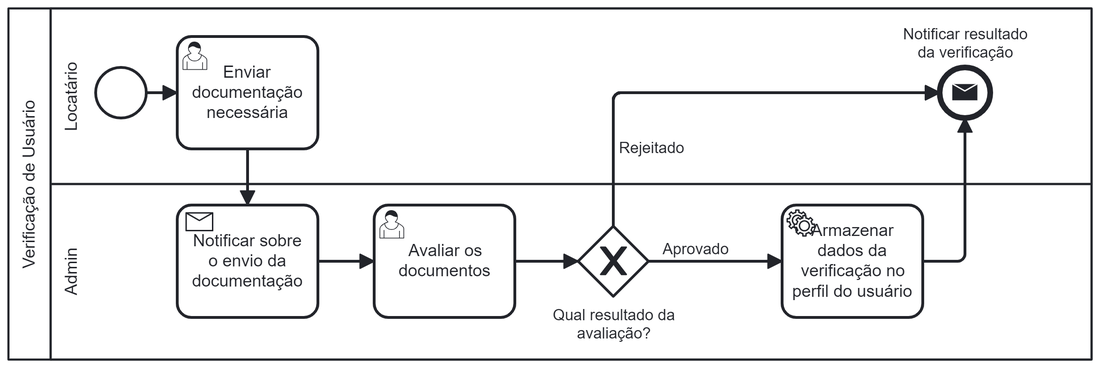
lucaazalim/tiapn-morada keeps this BPMN diagram as docs/images/processo-1.png. Above is the earlier version. Its source is kept beside it as assets/processes/processo-1.bpmn. Ids are renumbered.
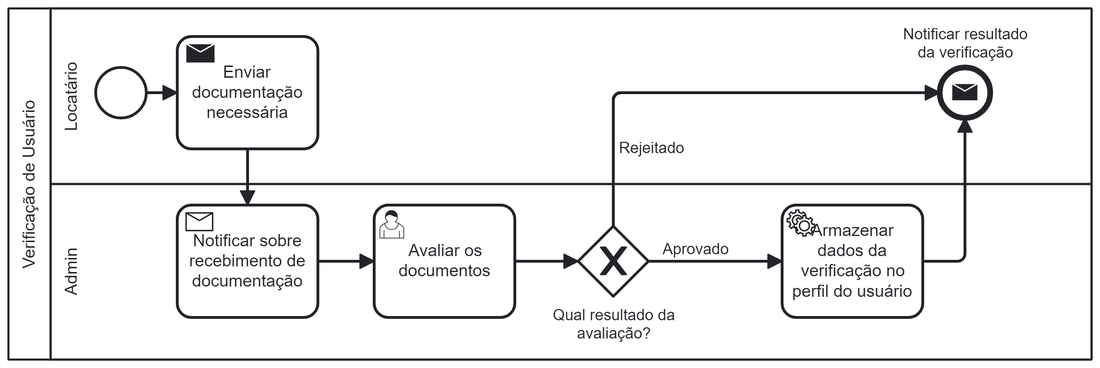
Above is the later version.

Commit message:
Ajustes na documentação do processo. #24

The edit, as a diff of the source:
```diff
@@ -1,13 +1,13 @@
-<bpmn:definitions xmlns:bpmn="http://www.omg.org/spec/BPMN/20100524/MODEL" xmlns:bpmndi="http://www.omg.org/spec/BPMN/20100524/DI" xmlns:dc="http://www.omg.org/spec/DD/20100524/DC" xmlns:xsi="http://www.w3.org/2001/XMLSchema-instance" xmlns:di="http://www.omg.org/spec/DD/20100524/DI" xmlns:zeebe="http://camunda.org/schema/zeebe/1.0" xmlns:modeler="http://camunda.org/schema/modeler/1.0" xmlns:camunda="http://camunda.org/schema/1.0/bpmn" id="Definitions_1" targetNamespace="http://bpmn.io/schema/bpmn" exporter="Camunda Web Modeler" exporterVersion="1c7d819" modeler:executionPlatform="Camunda Cloud" modeler:executionPlatformVersion="8.2.0" camunda:diagramRelationId="d1a507cc-7bad-4773-b6be-9e3e9cb403db">
+<bpmn:definitions xmlns:bpmn="http://www.omg.org/spec/BPMN/20100524/MODEL" xmlns:bpmndi="http://www.omg.org/spec/BPMN/20100524/DI" xmlns:dc="http://www.omg.org/spec/DD/20100524/DC" xmlns:xsi="http://www.w3.org/2001/XMLSchema-instance" xmlns:di="http://www.omg.org/spec/DD/20100524/DI" xmlns:zeebe="http://camunda.org/schema/zeebe/1.0" xmlns:modeler="http://camunda.org/schema/modeler/1.0" xmlns:camunda="http://camunda.org/schema/1.0/bpmn" id="Definitions_1" targetNamespace="http://bpmn.io/schema/bpmn" exporter="Camunda Web Modeler" exporterVersion="eec1ff9" modeler:executionPlatform="Camunda Cloud" modeler:executionPlatformVersion="8.2.0" camunda:diagramRelationId="d1a507cc-7bad-4773-b6be-9e3e9cb403db">
   <bpmn:collaboration id="Collaboration_n1">
     <bpmn:participant id="Participant_n2" name="Verificação de Usuário" processRef="Process_n3" />
   </bpmn:collaboration>
   <bpmn:process id="Process_n3" isExecutable="true">
     <bpmn:laneSet id="LaneSet_n4">
       <bpmn:lane id="Lane_n5" name="Locatário">
-        <bpmn:flowNodeRef>Activity_n6</bpmn:flowNodeRef>
         <bpmn:flowNodeRef>Event_n7</bpmn:flowNodeRef>
         <bpmn:flowNodeRef>Event_n8</bpmn:flowNodeRef>
+        <bpmn:flowNodeRef>Activity_n6</bpmn:flowNodeRef>
       </bpmn:lane>
       <bpmn:lane id="Lane_n9" name="Admin">
         <bpmn:flowNodeRef>Activity_n10</bpmn:flowNodeRef>
@@ -30,14 +30,10 @@
       <bpmn:conditionExpression xsi:type="bpmn:tFormalExpression">=not()</bpmn:conditionExpression>
     </bpmn:sequenceFlow>
     <bpmn:sequenceFlow id="Flow_n19" sourceRef="Activity_n12" targetRef="Gateway_n11" />
-    <bpmn:userTask id="Activity_n6" name="Enviar documentação necessária">
-      <bpmn:incoming>Flow_n20</bpmn:incoming>
-      <bpmn:outgoing>Flow_n14</bpmn:outgoing>
-    </bpmn:userTask>
     <bpmn:startEvent id="Event_n7">
       <bpmn:outgoing>Flow_n20</bpmn:outgoing>
     </bpmn:startEvent>
-    <bpmn:receiveTask id="Activity_n10" name="Notificar sobre o envio da documentação" messageRef="Message_n21">
+    <bpmn:receiveTask id="Activity_n10" name="Notificar sobre recebimento de documentação" messageRef="Message_n21">
       <bpmn:incoming>Flow_n14</bpmn:incoming>
       <bpmn:outgoing>Flow_n22</bpmn:outgoing>
     </bpmn:receiveTask>
@@ -74,6 +70,13 @@
       <bpmn:incoming>Flow_n23</bpmn:incoming>
       <bpmn:outgoing>Flow_n24</bpmn:outgoing>
     </bpmn:serviceTask>
+    <bpmn:sendTask id="Activity_n6" name="Enviar documentação necessária">
+      <bpmn:extensionElements>
+        <zeebe:taskDefinition type="true" />
+      </bpmn:extensionElements>
+      <bpmn:incoming>Flow_n20</bpmn:incoming>
+      <bpmn:outgoing>Flow_n14</bpmn:outgoing>
+    </bpmn:sendTask>
   </bpmn:process>
   <bpmn:message id="Message_n21" name="Message_n21">
     <bpmn:extensionElements>
@@ -93,9 +96,6 @@
       <bpmndi:BPMNShape id="Lane_n5_di" bpmnElement="Lane_n5" isHorizontal="true">
         <dc:Bounds x="190" y="80" width="740" height="125" />
         <bpmndi:BPMNLabel />
-      </bpmndi:BPMNShape>
-      <bpmndi:BPMNShape id="Activity_1vy8lak_di" bpmnElement="Activity_n6">
-        <dc:Bounds x="280" y="100" width="100" height="80" />
       </bpmndi:BPMNShape>
       <bpmndi:BPMNShape id="Event_n7_di" bpmnElement="Event_n7">
         <dc:Bounds x="222" y="122" width="36" height="36" />
@@ -122,6 +122,9 @@
       <bpmndi:BPMNShape id="Activity_0512cl8_di" bpmnElement="Activity_n13">
         <dc:Bounds x="710" y="220" width="100" height="80" />
         <bpmndi:BPMNLabel />
+      </bpmndi:BPMNShape>
+      <bpmndi:BPMNShape id="Activity_109ve3m_di" bpmnElement="Activity_n6">
+        <dc:Bounds x="280" y="100" width="100" height="80" />
       </bpmndi:BPMNShape>
       <bpmndi:BPMNEdge id="Flow_n14_di" bpmnElement="Flow_n14">
         <di:waypoint x="330" y="180" />
```
